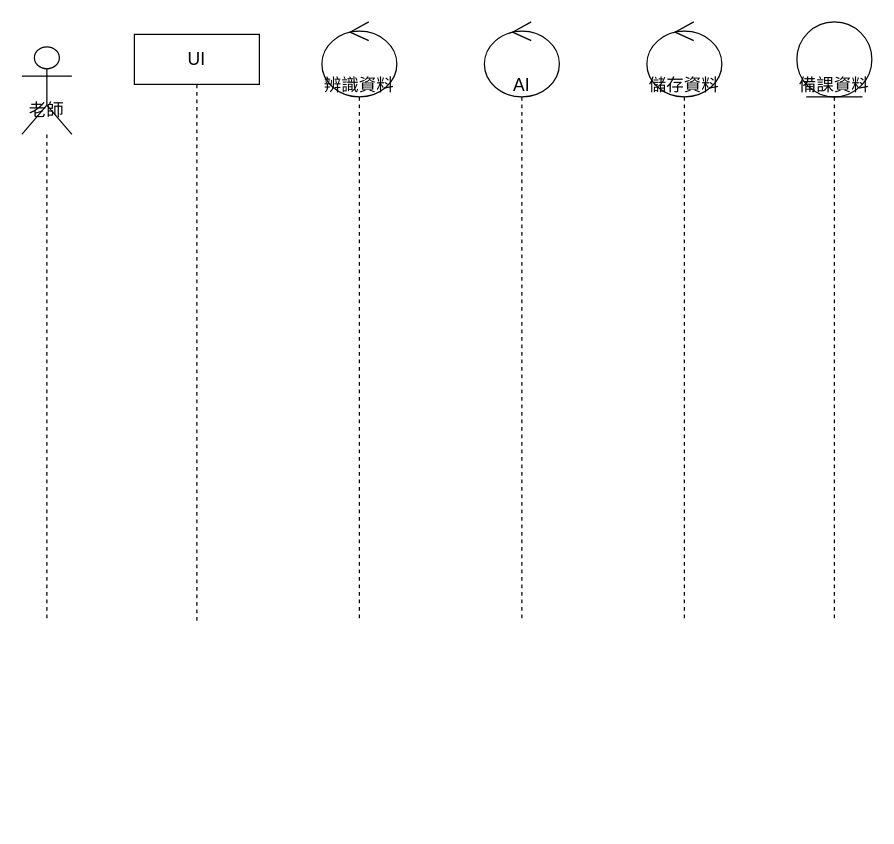
Earlier version of the draw.io diagram AC循序圖(蒐集備課資料).drawio (Kevincheng0804/System-analysis). Source tidied: cells renumbered, new cells numbered last; positions are measured from the earlier drawing's top-left corner, leaving out a move shared by most shapes. Both pictures are drawn from the tidied source at 125%, with x=0, y=0 at pixel (21, 21).
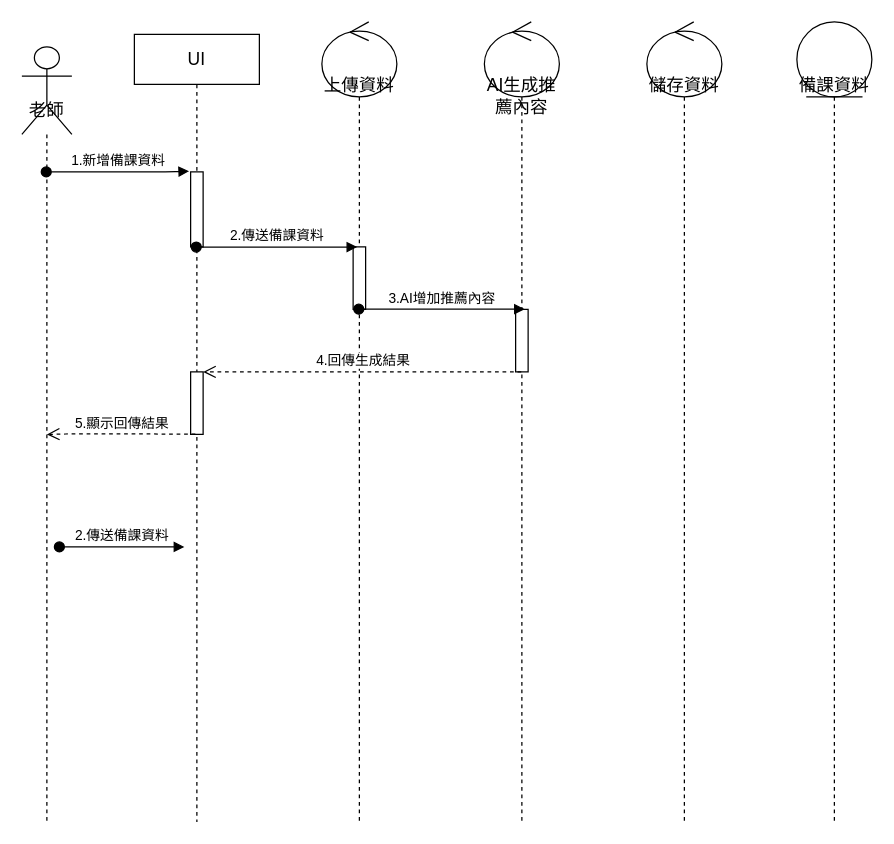
The same diagram, later.

Change to the diagram source:
```diff
@@
     <mxCell id="2" value="&lt;font style=&quot;font-size: 14px;&quot;&gt;老師&lt;/font&gt;" style="shape=umlLifeline;participant=umlActor;perimeter=lifelinePerimeter;whiteSpace=wrap;html=1;verticalAlign=top;spacingTop=36;outlineConnect=0;size=70;" parent="1" vertex="1">
-      <mxGeometry y="20" width="40" height="460" as="geometry" />
+      <mxGeometry y="20" width="40" height="620" as="geometry" />
     </mxCell>
     <mxCell id="3" value="UI" style="shape=umlLifeline;perimeter=lifelinePerimeter;whiteSpace=wrap;html=1;outlineConnect=0;fontSize=14;" parent="1" vertex="1">
-      <mxGeometry x="90" y="10" width="100" height="470" as="geometry" />
+      <mxGeometry x="90" y="10" width="100" height="630" as="geometry" />
     </mxCell>
+    <mxCell id="8" style="html=1;points=[];perimeter=orthogonalPerimeter;" parent="3" vertex="1">
+      <mxGeometry x="45" y="110" width="10" height="60" as="geometry" />
+    </mxCell>
+    <mxCell id="9" style="html=1;points=[];perimeter=orthogonalPerimeter;" parent="3" vertex="1">
+      <mxGeometry x="45" y="270" width="10" height="50" as="geometry" />
+    </mxCell>
+    <mxCell id="10" value="2.傳送備課資料" style="html=1;verticalAlign=bottom;startArrow=oval;startFill=1;endArrow=block;startSize=8;" parent="3" edge="1">
+      <mxGeometry relative="1" as="geometry">
+        <mxPoint x="-60" y="410" as="sourcePoint" />
+        <mxPoint x="40" y="410" as="targetPoint" />
+      </mxGeometry>
+    </mxCell>
-    <mxCell id="4" value="辨識資料" style="shape=umlLifeline;participant=umlControl;perimeter=lifelinePerimeter;whiteSpace=wrap;html=1;verticalAlign=top;spacingTop=36;outlineConnect=0;fontSize=14;size=60;align=center;" parent="1" vertex="1">
-      <mxGeometry x="240" width="60" height="480" as="geometry" />
+    <mxCell id="4" value="上傳資料" style="shape=umlLifeline;participant=umlControl;perimeter=lifelinePerimeter;whiteSpace=wrap;html=1;verticalAlign=top;spacingTop=36;outlineConnect=0;fontSize=14;size=60;align=center;" parent="1" vertex="1">
+      <mxGeometry x="240" width="60" height="640" as="geometry" />
     </mxCell>
+    <mxCell id="11" style="html=1;points=[];perimeter=orthogonalPerimeter;" parent="4" vertex="1">
+      <mxGeometry x="25" y="180" width="10" height="50" as="geometry" />
+    </mxCell>
-    <mxCell id="5" value="AI&lt;br&gt;" style="shape=umlLifeline;participant=umlControl;perimeter=lifelinePerimeter;whiteSpace=wrap;html=1;verticalAlign=top;spacingTop=36;outlineConnect=0;fontSize=14;size=60;align=center;" parent="1" vertex="1">
-      <mxGeometry x="370" width="60" height="480" as="geometry" />
+    <mxCell id="5" value="AI生成推薦內容" style="shape=umlLifeline;participant=umlControl;perimeter=lifelinePerimeter;whiteSpace=wrap;html=1;verticalAlign=top;spacingTop=36;outlineConnect=0;fontSize=14;size=60;align=center;" parent="1" vertex="1">
+      <mxGeometry x="370" width="60" height="640" as="geometry" />
     </mxCell>
+    <mxCell id="12" style="html=1;points=[];perimeter=orthogonalPerimeter;" parent="5" vertex="1">
+      <mxGeometry x="25" y="230" width="10" height="50" as="geometry" />
+    </mxCell>
     <mxCell id="6" value="儲存資料" style="shape=umlLifeline;participant=umlControl;perimeter=lifelinePerimeter;whiteSpace=wrap;html=1;verticalAlign=top;spacingTop=36;fontSize=14;size=60;align=center;" parent="1" vertex="1">
-      <mxGeometry x="500" width="60" height="480" as="geometry" />
+      <mxGeometry x="500" width="60" height="640" as="geometry" />
     </mxCell>
     <mxCell id="7" value="備課資料" style="shape=umlLifeline;participant=umlEntity;perimeter=lifelinePerimeter;whiteSpace=wrap;html=1;verticalAlign=top;spacingTop=36;fontSize=14;size=60;" parent="1" vertex="1">
-      <mxGeometry x="620" width="60" height="480" as="geometry" />
+      <mxGeometry x="620" width="60" height="640" as="geometry" />
     </mxCell>
+    <mxCell id="13" value="1.新增備課資料" style="html=1;verticalAlign=bottom;startArrow=oval;startFill=1;endArrow=block;startSize=8;entryX=-0.122;entryY=-0.009;entryDx=0;entryDy=0;entryPerimeter=0;" parent="1" edge="1" source="2" target="8">
+      <mxGeometry relative="1" as="geometry">
+        <Array as="points">
+          <mxPoint x="120" y="120" />
+        </Array>
+      </mxGeometry>
+    </mxCell>
+    <mxCell id="14" value="2.傳送備課資料" style="html=1;verticalAlign=bottom;startArrow=oval;startFill=1;endArrow=block;startSize=8;entryX=0.33;entryY=0.003;entryDx=0;entryDy=0;entryPerimeter=0;" parent="1" edge="1" source="3" target="11">
+      <mxGeometry relative="1" as="geometry" />
+    </mxCell>
+    <mxCell id="15" value="3.AI增加推薦內容" style="html=1;verticalAlign=bottom;startArrow=oval;startFill=1;endArrow=block;startSize=8;entryX=0.735;entryY=-0.004;entryDx=0;entryDy=0;entryPerimeter=0;" parent="1" edge="1" source="4" target="12">
+      <mxGeometry relative="1" as="geometry" />
+    </mxCell>
+    <mxCell id="16" value="4.回傳生成結果" style="html=1;verticalAlign=bottom;endArrow=open;dashed=1;endSize=8;" parent="1" edge="1" source="5" target="9">
+      <mxGeometry relative="1" as="geometry">
+        <Array as="points">
+          <mxPoint x="320" y="280" />
+        </Array>
+      </mxGeometry>
+    </mxCell>
+    <mxCell id="17" value="5.顯示回傳結果" style="html=1;verticalAlign=bottom;endArrow=open;dashed=1;endSize=8;exitX=0.378;exitY=0.996;exitDx=0;exitDy=0;exitPerimeter=0;" parent="1" edge="1" source="9">
+      <mxGeometry relative="1" as="geometry">
+        <mxPoint x="20" y="330" as="targetPoint" />
+        <Array as="points">
+          <mxPoint x="45" y="329.5" />
+        </Array>
+      </mxGeometry>
+    </mxCell>
```
